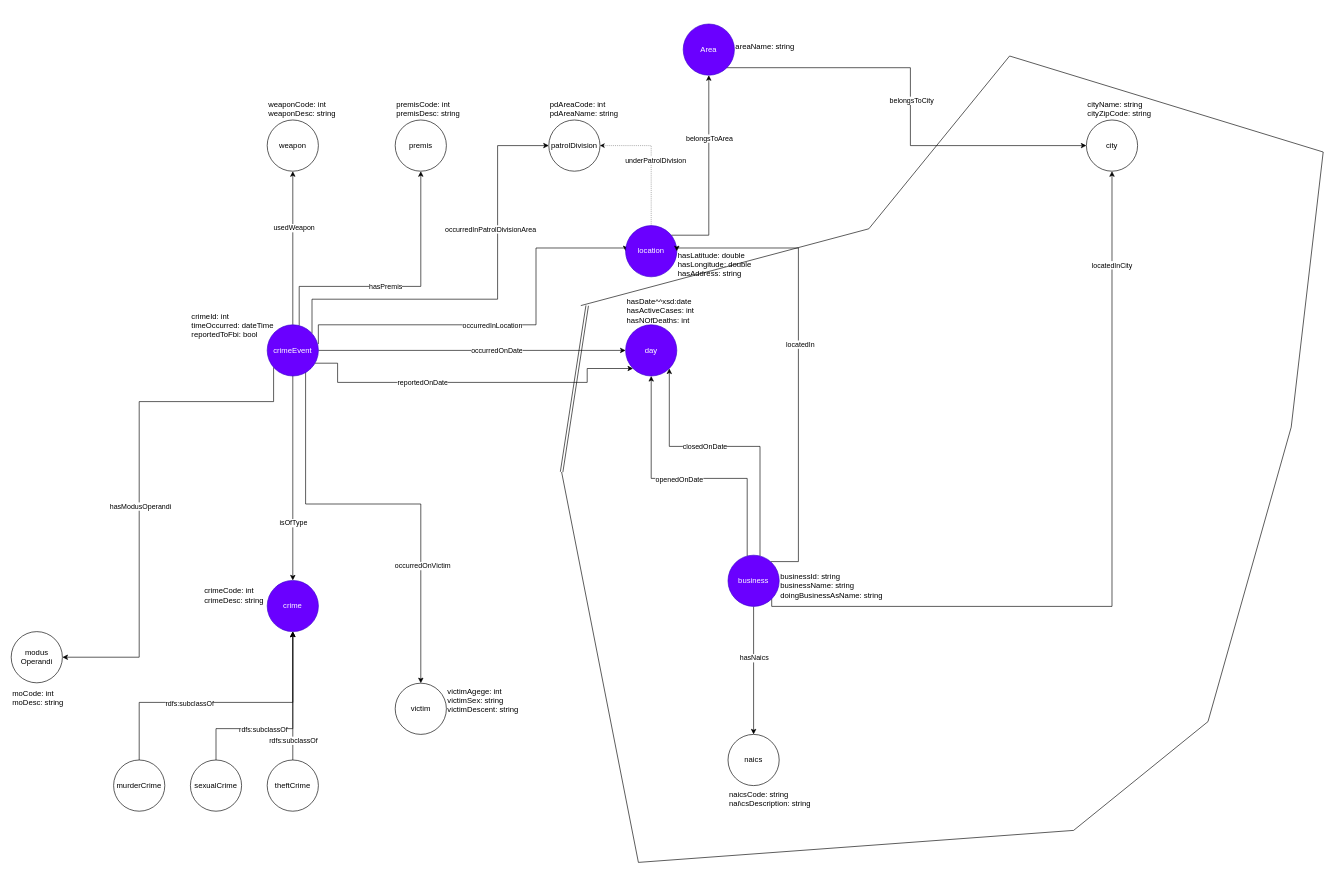
Earlier version of the draw.io diagram requirements analysis/Bitsei_ontology.drawio (mircocazzaro/bitsei-db2-unipd). Source tidied: cells renumbered, new cells numbered last; positions are measured from the earlier drawing's top-left corner, leaving out a move shared by most shapes. Both pictures are drawn from the tidied source at 64%, with x=0, y=0 at pixel (11, 11).
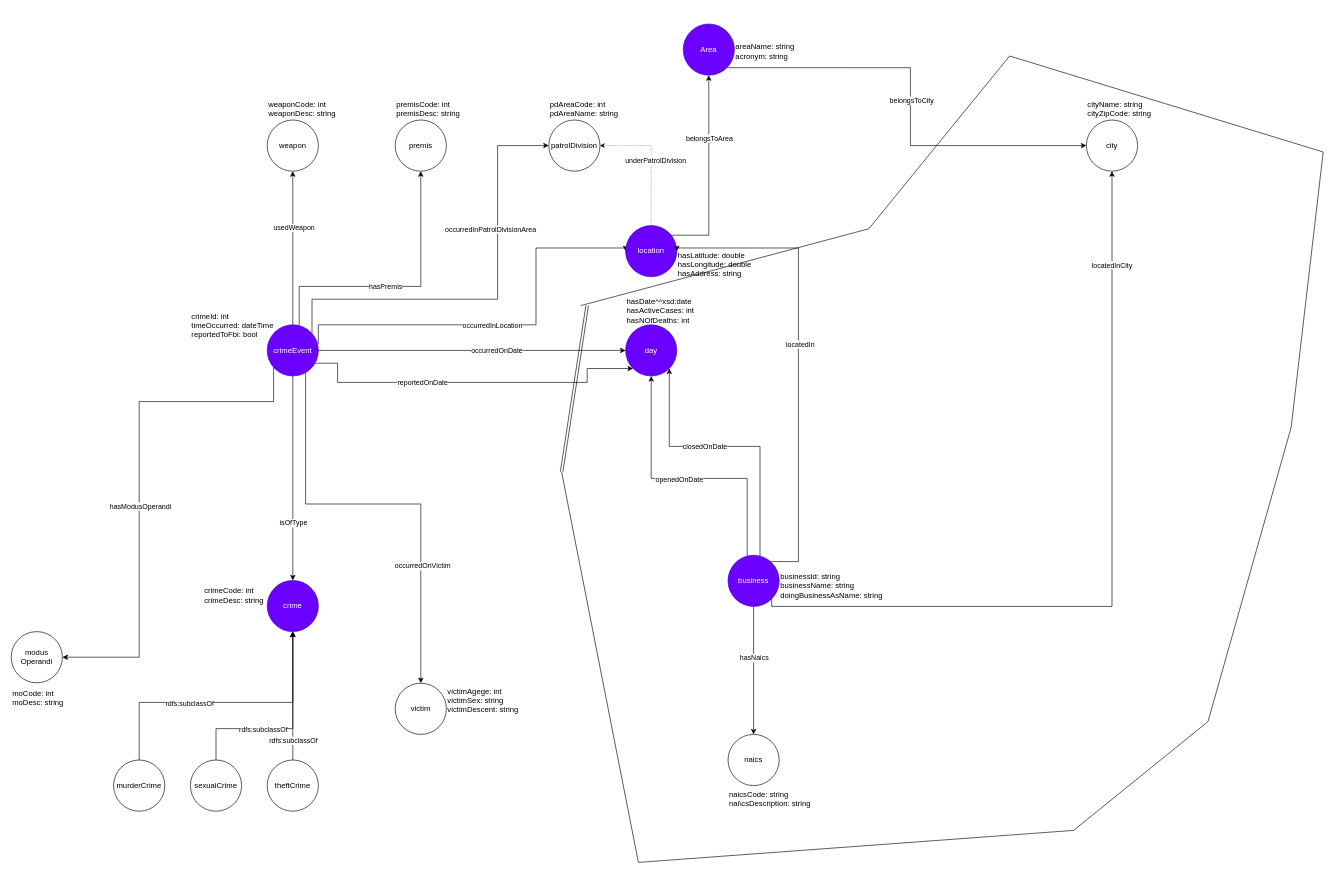
The same diagram, later.

Change to the diagram source:
```diff
@@
-    <mxCell id="70" value="&lt;br&gt;&lt;div&gt;areaName: string&lt;/div&gt;&lt;div&gt;&lt;br&gt;&lt;/div&gt;" style="text;html=1;strokeColor=none;fillColor=none;align=left;verticalAlign=bottom;whiteSpace=wrap;rounded=0;" parent="1" vertex="1">
+    <mxCell id="70" value="&lt;br&gt;&lt;div&gt;areaName: string&lt;/div&gt;&lt;div&gt;acronym: string&lt;/div&gt;" style="text;html=1;strokeColor=none;fillColor=none;align=left;verticalAlign=bottom;whiteSpace=wrap;rounded=0;" parent="1" vertex="1">
       <mxGeometry x="1130" width="160" height="80" as="geometry" />
     </mxCell>
```
